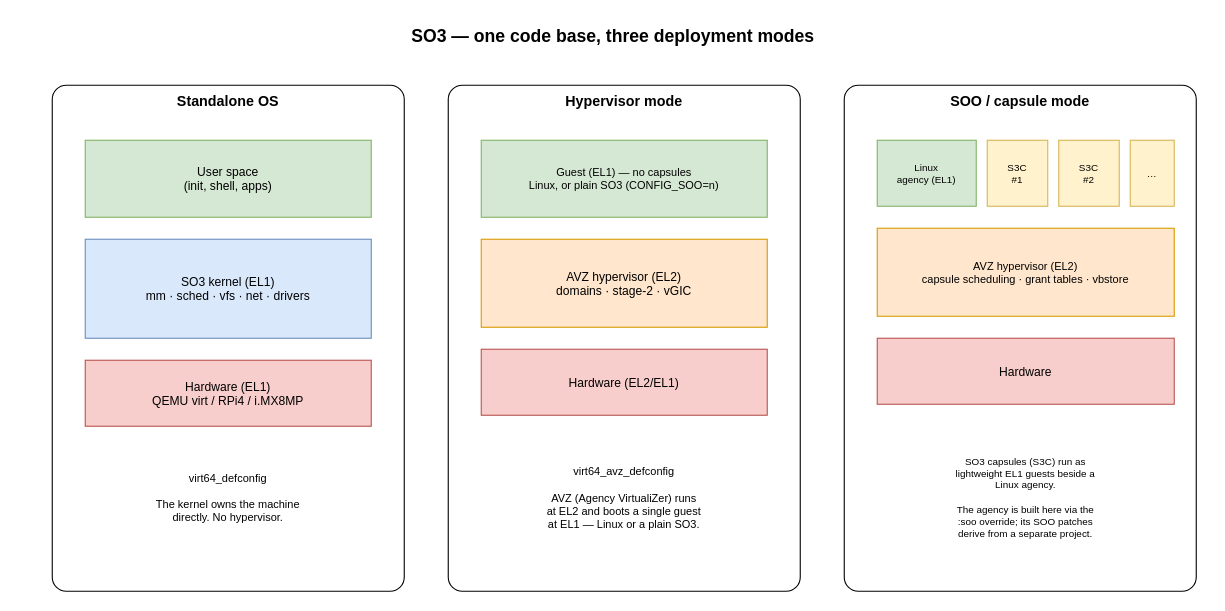
The draw.io diagram page "modes" (1 of 11) of doc/source/img/so3.drawio in smartobjectoriented/so3, before the edit. Source tidied: cells renumbered, new cells numbered last; positions are measured from the earlier drawing's top-left corner, leaving out a move shared by most shapes. Both pictures are drawn from the tidied source at 110%, with x=0, y=0 at pixel (19, 19).
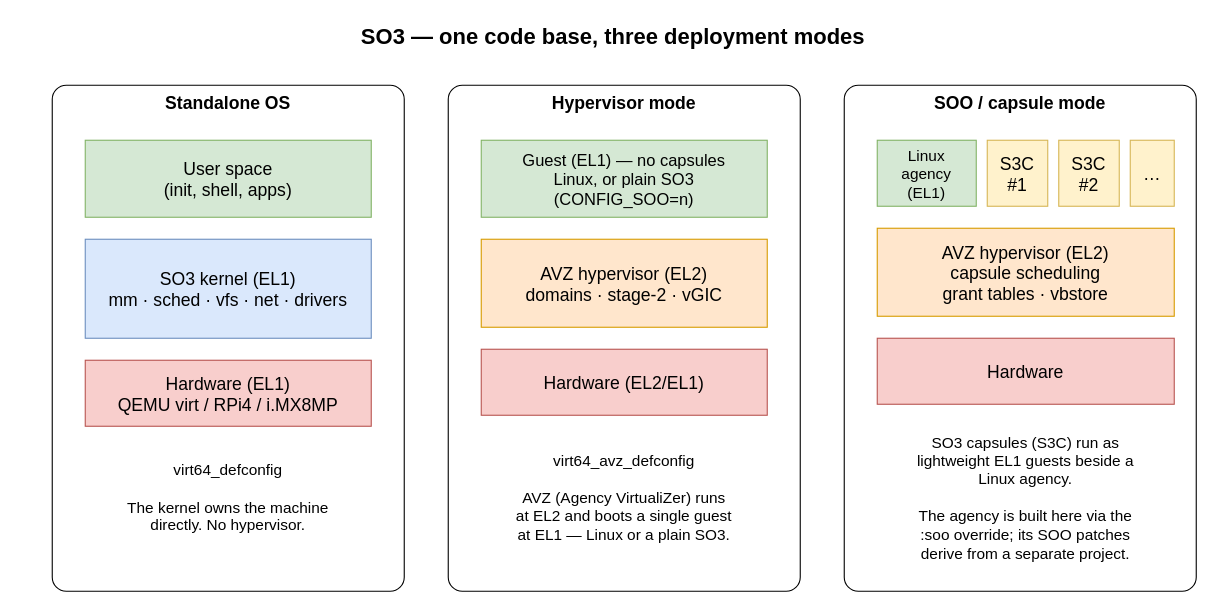
The same page after the edit.

Change to the diagram source:
```diff
@@
-    <mxCell id="2" value="SO3 — one code base, three deployment modes" style="text;html=1;whiteSpace=wrap;align=center;verticalAlign=middle;fontSize=16;fontStyle=1;" parent="1" vertex="1">
+    <mxCell id="2" value="SO3 — one code base, three deployment modes" style="text;html=1;whiteSpace=wrap;align=center;verticalAlign=middle;fontSize=20;fontStyle=1;" parent="1" vertex="1">
       <mxGeometry width="1080" height="30" as="geometry" />
     </mxCell>
-    <mxCell id="3" value="Standalone OS" style="rounded=1;whiteSpace=wrap;html=1;arcSize=4;verticalAlign=top;fontStyle=1;fontSize=13;fontStyle=1;" parent="1" vertex="1">
+    <mxCell id="3" value="Standalone OS" style="rounded=1;whiteSpace=wrap;html=1;arcSize=4;verticalAlign=top;fontStyle=1;fontSize=16;fontStyle=1;" parent="1" vertex="1">
       <mxGeometry x="30" y="60" width="320" height="460" as="geometry" />
     </mxCell>
-    <mxCell id="4" value="User space&#10;(init, shell, apps)" style="fillColor=#d5e8d4;strokeColor=#82b366;fontSize=11;" parent="1" vertex="1">
+    <mxCell id="4" value="User space&#10;(init, shell, apps)" style="fillColor=#d5e8d4;strokeColor=#82b366;fontSize=16;" parent="1" vertex="1">
       <mxGeometry x="60" y="110" width="260" height="70" as="geometry" />
     </mxCell>
-    <mxCell id="5" value="SO3 kernel  (EL1)&#10;mm · sched · vfs · net · drivers" style="fillColor=#dae8fc;strokeColor=#6c8ebf;fontSize=11;" parent="1" vertex="1">
+    <mxCell id="5" value="SO3 kernel  (EL1)&#10;mm · sched · vfs · net · drivers" style="fillColor=#dae8fc;strokeColor=#6c8ebf;fontSize=16;" parent="1" vertex="1">
       <mxGeometry x="60" y="200" width="260" height="90" as="geometry" />
     </mxCell>
-    <mxCell id="6" value="Hardware (EL1)&#10;QEMU virt / RPi4 / i.MX8MP" style="fillColor=#f8cecc;strokeColor=#b85450;fontSize=11;" parent="1" vertex="1">
+    <mxCell id="6" value="Hardware (EL1)&#10;QEMU virt / RPi4 / i.MX8MP" style="fillColor=#f8cecc;strokeColor=#b85450;fontSize=16;" parent="1" vertex="1">
       <mxGeometry x="60" y="310" width="260" height="60" as="geometry" />
     </mxCell>
-    <mxCell id="7" value="virt64_defconfig&#10;&#10;The kernel owns the machine&#10;directly. No hypervisor." style="text;html=1;whiteSpace=wrap;align=center;verticalAlign=middle;fontSize=10;" parent="1" vertex="1">
+    <mxCell id="7" value="virt64_defconfig&#10;&#10;The kernel owns the machine&#10;directly. No hypervisor." style="text;html=1;whiteSpace=wrap;align=center;verticalAlign=middle;fontSize=14;" parent="1" vertex="1">
       <mxGeometry x="60" y="390" width="260" height="90" as="geometry" />
     </mxCell>
-    <mxCell id="8" value="Hypervisor mode" style="rounded=1;whiteSpace=wrap;html=1;arcSize=4;verticalAlign=top;fontStyle=1;fontSize=13;fontStyle=1;" parent="1" vertex="1">
+    <mxCell id="8" value="Hypervisor mode" style="rounded=1;whiteSpace=wrap;html=1;arcSize=4;verticalAlign=top;fontStyle=1;fontSize=16;fontStyle=1;" parent="1" vertex="1">
       <mxGeometry x="390" y="60" width="320" height="460" as="geometry" />
     </mxCell>
-    <mxCell id="9" value="Guest (EL1) — no capsules&#10;Linux, or plain SO3 (CONFIG_SOO=n)" style="fillColor=#d5e8d4;strokeColor=#82b366;fontSize=10;" parent="1" vertex="1">
+    <mxCell id="9" value="Guest (EL1) — no capsules&#10;Linux, or plain SO3&#10;(CONFIG_SOO=n)" style="fillColor=#d5e8d4;strokeColor=#82b366;fontSize=15;" parent="1" vertex="1">
       <mxGeometry x="420" y="110" width="260" height="70" as="geometry" />
     </mxCell>
-    <mxCell id="10" value="AVZ hypervisor  (EL2)&#10;domains · stage-2 · vGIC" style="fillColor=#ffe6cc;strokeColor=#d79b00;fontSize=11;" parent="1" vertex="1">
+    <mxCell id="10" value="AVZ hypervisor  (EL2)&#10;domains · stage-2 · vGIC" style="fillColor=#ffe6cc;strokeColor=#d79b00;fontSize=16;" parent="1" vertex="1">
       <mxGeometry x="420" y="200" width="260" height="80" as="geometry" />
     </mxCell>
-    <mxCell id="11" value="Hardware (EL2/EL1)" style="fillColor=#f8cecc;strokeColor=#b85450;fontSize=11;" parent="1" vertex="1">
+    <mxCell id="11" value="Hardware (EL2/EL1)" style="fillColor=#f8cecc;strokeColor=#b85450;fontSize=16;" parent="1" vertex="1">
       <mxGeometry x="420" y="300" width="260" height="60" as="geometry" />
     </mxCell>
-    <mxCell id="12" value="virt64_avz_defconfig&#10;&#10;AVZ (Agency VirtualiZer) runs&#10;at EL2 and boots a single guest&#10;at EL1 — Linux or a plain SO3." style="text;html=1;whiteSpace=wrap;align=center;verticalAlign=middle;fontSize=10;" parent="1" vertex="1">
+    <mxCell id="12" value="virt64_avz_defconfig&#10;&#10;AVZ (Agency VirtualiZer) runs&#10;at EL2 and boots a single guest&#10;at EL1 — Linux or a plain SO3." style="text;html=1;whiteSpace=wrap;align=center;verticalAlign=middle;fontSize=14;" parent="1" vertex="1">
       <mxGeometry x="420" y="380" width="260" height="110" as="geometry" />
     </mxCell>
-    <mxCell id="13" value="SOO / capsule mode" style="rounded=1;whiteSpace=wrap;html=1;arcSize=4;verticalAlign=top;fontStyle=1;fontSize=13;fontStyle=1;" parent="1" vertex="1">
+    <mxCell id="13" value="SOO / capsule mode" style="rounded=1;whiteSpace=wrap;html=1;arcSize=4;verticalAlign=top;fontStyle=1;fontSize=16;fontStyle=1;" parent="1" vertex="1">
       <mxGeometry x="750" y="60" width="320" height="460" as="geometry" />
     </mxCell>
-    <mxCell id="14" value="Linux&#10;agency (EL1)" style="fillColor=#d5e8d4;strokeColor=#82b366;fontSize=9;" parent="1" vertex="1">
+    <mxCell id="14" value="Linux&#10;agency&#10;(EL1)" style="fillColor=#d5e8d4;strokeColor=#82b366;fontSize=14;" parent="1" vertex="1">
       <mxGeometry x="780" y="110" width="90" height="60" as="geometry" />
     </mxCell>
-    <mxCell id="15" value="S3C&#10;#1" style="fillColor=#fff2cc;strokeColor=#d6b656;fontSize=9;" parent="1" vertex="1">
+    <mxCell id="15" value="S3C&#10;#1" style="fillColor=#fff2cc;strokeColor=#d6b656;fontSize=16;" parent="1" vertex="1">
       <mxGeometry x="880" y="110" width="55" height="60" as="geometry" />
     </mxCell>
-    <mxCell id="16" value="S3C&#10;#2" style="fillColor=#fff2cc;strokeColor=#d6b656;fontSize=9;" parent="1" vertex="1">
+    <mxCell id="16" value="S3C&#10;#2" style="fillColor=#fff2cc;strokeColor=#d6b656;fontSize=16;" parent="1" vertex="1">
       <mxGeometry x="945" y="110" width="55" height="60" as="geometry" />
     </mxCell>
-    <mxCell id="17" value="…" style="fillColor=#fff2cc;strokeColor=#d6b656;fontSize=9;" parent="1" vertex="1">
+    <mxCell id="17" value="…" style="fillColor=#fff2cc;strokeColor=#d6b656;fontSize=16;" parent="1" vertex="1">
       <mxGeometry x="1010" y="110" width="40" height="60" as="geometry" />
     </mxCell>
-    <mxCell id="18" value="AVZ hypervisor  (EL2)&#10;capsule scheduling · grant tables · vbstore" style="fillColor=#ffe6cc;strokeColor=#d79b00;fontSize=10;" parent="1" vertex="1">
+    <mxCell id="18" value="AVZ hypervisor  (EL2)&#10;capsule scheduling&#10;grant tables · vbstore" style="fillColor=#ffe6cc;strokeColor=#d79b00;fontSize=16;" parent="1" vertex="1">
       <mxGeometry x="780" y="190" width="270" height="80" as="geometry" />
     </mxCell>
-    <mxCell id="19" value="Hardware" style="fillColor=#f8cecc;strokeColor=#b85450;fontSize=11;" parent="1" vertex="1">
+    <mxCell id="19" value="Hardware" style="fillColor=#f8cecc;strokeColor=#b85450;fontSize=16;" parent="1" vertex="1">
       <mxGeometry x="780" y="290" width="270" height="60" as="geometry" />
     </mxCell>
-    <mxCell id="20" value="SO3 capsules (S3C) run as&#10;lightweight EL1 guests beside a&#10;Linux agency.&#10;&#10;The agency is built here via the&#10;:soo override; its SOO patches&#10;derive from a separate project." style="text;html=1;whiteSpace=wrap;align=center;verticalAlign=middle;fontSize=9;" parent="1" vertex="1">
-      <mxGeometry x="780" y="375" width="270" height="120" as="geometry" />
+    <mxCell id="20" value="SO3 capsules (S3C) run as&#10;lightweight EL1 guests beside a&#10;Linux agency.&#10;&#10;The agency is built here via the&#10;:soo override; its SOO patches&#10;derive from a separate project." style="text;html=1;whiteSpace=wrap;align=center;verticalAlign=middle;fontSize=14;" parent="1" vertex="1">
+      <mxGeometry x="780" y="370" width="270" height="130" as="geometry" />
     </mxCell>
```
